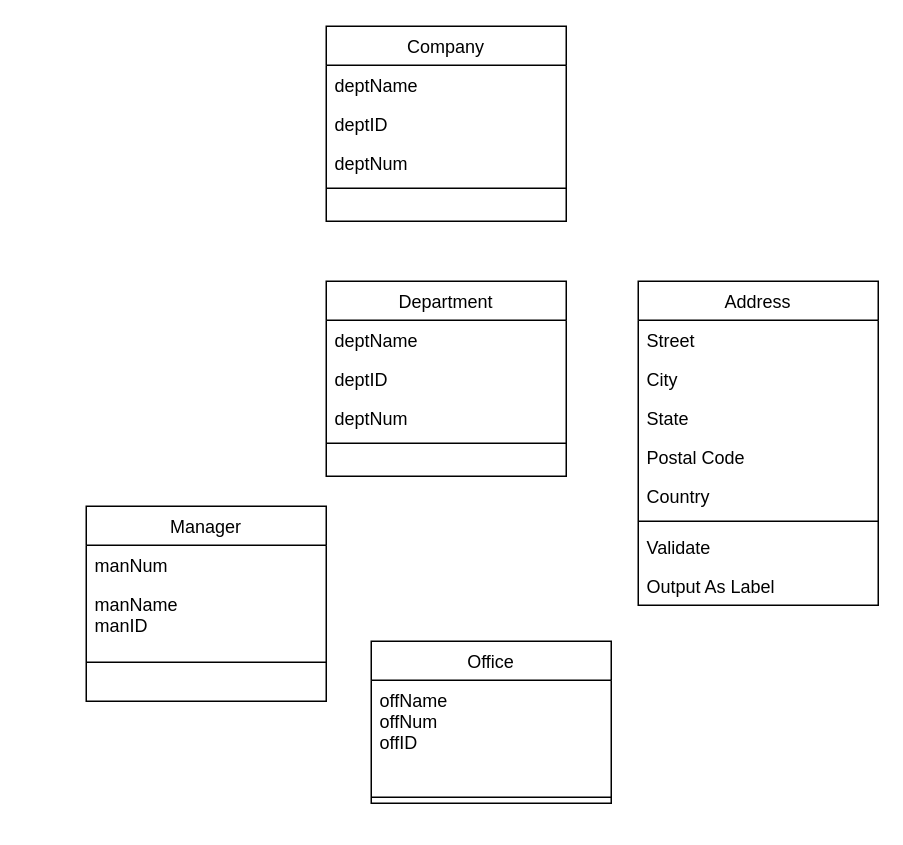
Before: Class Diagram Exercise 1.drawio in JussSelenite/JussSelenite, a draw.io diagram. Source tidied: cells renumbered, new cells numbered last; positions are measured from the earlier drawing's top-left corner, leaving out a move shared by most shapes. Both pictures are drawn from the tidied source at 150%, with x=0, y=0 at pixel (86, 26).
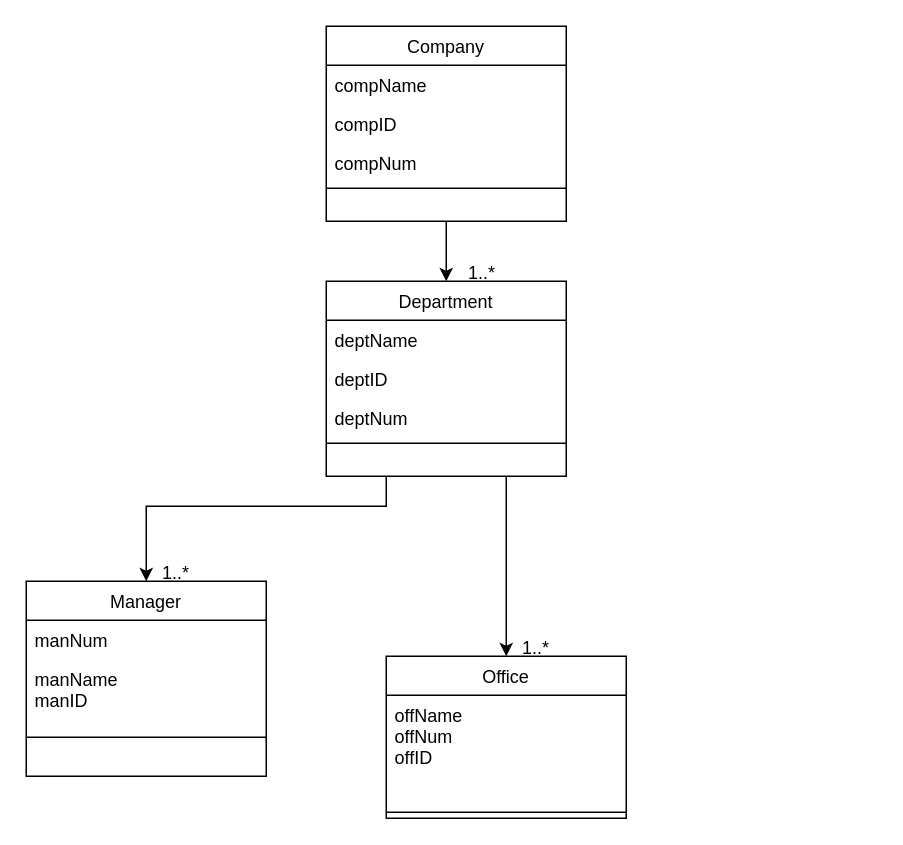
Above is the later version.

The change refers to these unchanged cells:
```xml
<mxCell id="2" value="Department" style="swimlane;fontStyle=0;align=center;verticalAlign=top;horizontal=1;startSize=26;rounded=0;shadow=0;strokeWidth=1;" parent="1" vertex="1">
  <mxGeometry x="160" y="170" width="160" height="130" as="geometry" />
</mxCell>
<mxCell id="23" value="Company" style="swimlane;fontStyle=0;align=center;verticalAlign=top;horizontal=1;startSize=26;rounded=0;shadow=0;strokeWidth=1;" parent="1" vertex="1">
  <mxGeometry x="160" width="160" height="130" as="geometry" />
</mxCell>
```

What changed in the source:
```diff
@@
     <mxCell id="7" value="Manager" style="swimlane;fontStyle=0;align=center;verticalAlign=top;horizontal=1;startSize=26;rounded=0;shadow=0;strokeWidth=1;" parent="1" vertex="1">
-      <mxGeometry y="320" width="160" height="130" as="geometry" />
+      <mxGeometry x="-40" y="370" width="160" height="130" as="geometry" />
     </mxCell>
@@
     <mxCell id="11" value="Office" style="swimlane;fontStyle=0;align=center;verticalAlign=top;horizontal=1;startSize=26;rounded=0;shadow=0;strokeWidth=1;" parent="1" vertex="1">
-      <mxGeometry x="190" y="410" width="160" height="108" as="geometry" />
+      <mxGeometry x="200" y="420" width="160" height="108" as="geometry" />
     </mxCell>
@@
-    <mxCell id="14" value="Address" style="swimlane;fontStyle=0;align=center;verticalAlign=top;horizontal=1;startSize=26;rounded=0;shadow=0;strokeWidth=1;" parent="1" vertex="1">
-      <mxGeometry x="368" y="170" width="160" height="216" as="geometry" />
-    </mxCell>
-    <mxCell id="15" value="Street" style="text;align=left;verticalAlign=top;spacingLeft=4;spacingRight=4;overflow=hidden;" parent="14" vertex="1">
-      <mxGeometry y="26" width="160" height="26" as="geometry" />
-    </mxCell>
-    <mxCell id="16" value="City" style="text;align=left;verticalAlign=top;spacingLeft=4;spacingRight=4;overflow=hidden;rounded=0;shadow=0;html=0;" parent="14" vertex="1">
-      <mxGeometry y="52" width="160" height="26" as="geometry" />
-    </mxCell>
-    <mxCell id="17" value="State" style="text;align=left;verticalAlign=top;spacingLeft=4;spacingRight=4;overflow=hidden;rounded=0;shadow=0;html=0;" parent="14" vertex="1">
-      <mxGeometry y="78" width="160" height="26" as="geometry" />
-    </mxCell>
-    <mxCell id="18" value="Postal Code" style="text;align=left;verticalAlign=top;spacingLeft=4;spacingRight=4;overflow=hidden;rounded=0;shadow=0;html=0;" parent="14" vertex="1">
-      <mxGeometry y="104" width="160" height="26" as="geometry" />
-    </mxCell>
-    <mxCell id="19" value="Country" style="text;align=left;verticalAlign=top;spacingLeft=4;spacingRight=4;overflow=hidden;rounded=0;shadow=0;html=0;" parent="14" vertex="1">
-      <mxGeometry y="130" width="160" height="26" as="geometry" />
-    </mxCell>
-    <mxCell id="20" style="line;html=1;strokeWidth=1;align=left;verticalAlign=middle;spacingTop=-1;spacingLeft=3;spacingRight=3;labelPosition=right;" parent="14" vertex="1">
-      <mxGeometry y="156" width="160" height="8" as="geometry" />
-    </mxCell>
-    <mxCell id="21" value="Validate" style="text;align=left;verticalAlign=top;spacingLeft=4;spacingRight=4;overflow=hidden;" parent="14" vertex="1">
-      <mxGeometry y="164" width="160" height="26" as="geometry" />
-    </mxCell>
-    <mxCell id="22" value="Output As Label" style="text;align=left;verticalAlign=top;spacingLeft=4;spacingRight=4;overflow=hidden;" parent="14" vertex="1">
-      <mxGeometry y="190" width="160" height="26" as="geometry" />
-    </mxCell>
@@
-    <mxCell id="24" value="deptName" style="text;align=left;verticalAlign=top;spacingLeft=4;spacingRight=4;overflow=hidden;" parent="23" vertex="1">
+    <mxCell id="24" value="compName" style="text;align=left;verticalAlign=top;spacingLeft=4;spacingRight=4;overflow=hidden;" parent="23" vertex="1">
       <mxGeometry y="26" width="160" height="26" as="geometry" />
     </mxCell>
-    <mxCell id="25" value="deptID" style="text;align=left;verticalAlign=top;spacingLeft=4;spacingRight=4;overflow=hidden;rounded=0;shadow=0;html=0;" parent="23" vertex="1">
+    <mxCell id="25" value="compID" style="text;align=left;verticalAlign=top;spacingLeft=4;spacingRight=4;overflow=hidden;rounded=0;shadow=0;html=0;" parent="23" vertex="1">
       <mxGeometry y="52" width="160" height="26" as="geometry" />
     </mxCell>
-    <mxCell id="26" value="deptNum" style="text;align=left;verticalAlign=top;spacingLeft=4;spacingRight=4;overflow=hidden;rounded=0;shadow=0;html=0;" parent="23" vertex="1">
+    <mxCell id="26" value="compNum" style="text;align=left;verticalAlign=top;spacingLeft=4;spacingRight=4;overflow=hidden;rounded=0;shadow=0;html=0;" parent="23" vertex="1">
       <mxGeometry y="78" width="160" height="26" as="geometry" />
     </mxCell>
@@
+    <mxCell id="28" style="endArrow=classic;html=1;rounded=0;entryX=0.5;entryY=0;entryDx=0;entryDy=0;exitX=0.25;exitY=1;exitDx=0;exitDy=0;" parent="1" edge="1" source="2" target="7">
+      <mxGeometry relative="1" as="geometry">
+        <Array as="points">
+          <mxPoint x="200" y="320" />
+          <mxPoint x="40" y="320" />
+        </Array>
+      </mxGeometry>
+    </mxCell>
+    <mxCell id="29" style="endArrow=classic;html=1;rounded=0;entryX=0.5;entryY=0;entryDx=0;entryDy=0;exitX=0.75;exitY=1;exitDx=0;exitDy=0;" parent="1" edge="1" source="2" target="11">
+      <mxGeometry relative="1" as="geometry" />
+    </mxCell>
+    <mxCell id="30" style="endArrow=classic;html=1;rounded=0;entryX=0.5;entryY=0;entryDx=0;entryDy=0;exitX=0.5;exitY=1;exitDx=0;exitDy=0;" parent="1" edge="1" source="23" target="2">
+      <mxGeometry relative="1" as="geometry" />
+    </mxCell>
+    <mxCell id="31" value="1..*" style="text;html=1;strokeColor=none;fillColor=none;align=center;verticalAlign=middle;whiteSpace=wrap;rounded=0;" parent="1" vertex="1">
+      <mxGeometry x="234" y="150" width="60" height="30" as="geometry" />
+    </mxCell>
+    <mxCell id="32" value="1..*" style="text;html=1;strokeColor=none;fillColor=none;align=center;verticalAlign=middle;whiteSpace=wrap;rounded=0;" parent="1" vertex="1">
+      <mxGeometry x="270" y="400" width="60" height="30" as="geometry" />
+    </mxCell>
+    <mxCell id="33" value="1..*" style="text;html=1;strokeColor=none;fillColor=none;align=center;verticalAlign=middle;whiteSpace=wrap;rounded=0;" parent="1" vertex="1">
+      <mxGeometry x="30" y="350" width="60" height="30" as="geometry" />
+    </mxCell>
```
